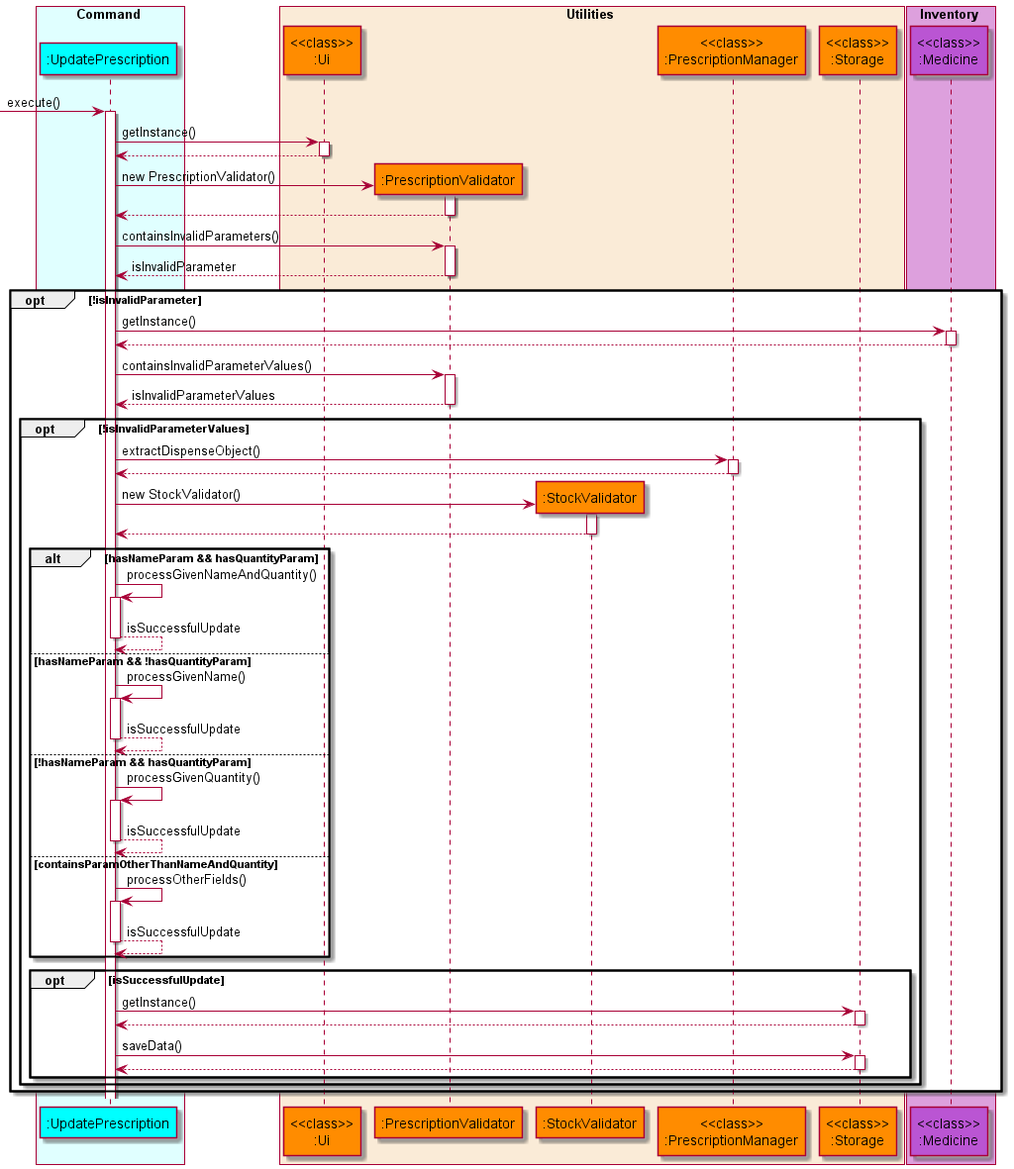
This is docs/diagrams/diagram_images/UpdatePrescriptionSequenceDiagram.png from nus-cs2113-AY2122S1/tp, a PlantUML export, as it was before one commit.
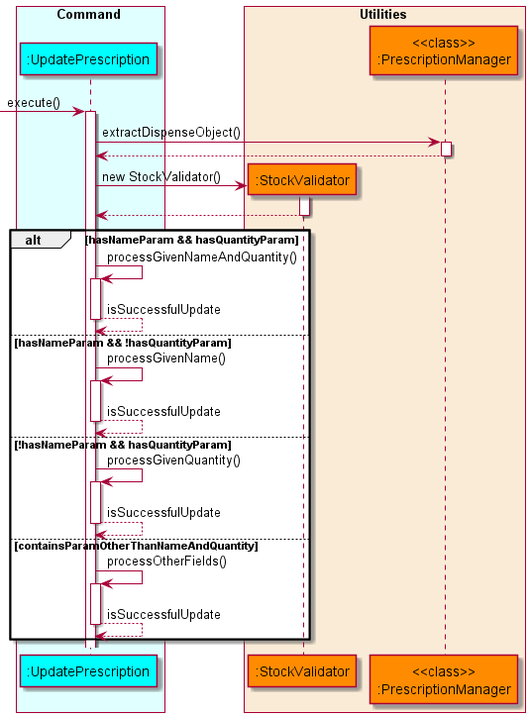
After the commit.

Commit message:
Modify sequence diagram to remove initial parameter validity check

What changed in the source:
```diff
@@ -7,63 +7,30 @@
 end box
 
 box Utilities COLOR_UTILITIES_BOX
-    participant "<<class>>\n:Ui" as ui COLOR_UTILITIES
-    participant ":PrescriptionValidator" as prescriptionvalidator COLOR_UTILITIES
     participant ":StockValidator" as stockvalidator COLOR_UTILITIES
     participant "<<class>>\n:PrescriptionManager" as prescriptionmanager COLOR_UTILITIES
-    participant "<<class>>\n:Storage" as storage COLOR_UTILITIES
-end box
-
-box Inventory COLOR_INVENTORY_BOX
-    participant "<<class>>\n:Medicine" as medicine COLOR_INVENTORY
 end box
 
 autoactivate on
 
 -> updateprescription: execute()
-    updateprescription -> ui: getInstance()
-    updateprescription <-- ui
-    create prescriptionvalidator
-    updateprescription -> prescriptionvalidator: new PrescriptionValidator()
-    updateprescription <-- prescriptionvalidator
-
-    updateprescription -> prescriptionvalidator: containsInvalidParameters()
-    updateprescription <-- prescriptionvalidator: isInvalidParameter
-
-    opt !isInvalidParameter
-        updateprescription -> medicine: getInstance()
-        updateprescription <-- medicine
-
-        updateprescription -> prescriptionvalidator: containsInvalidParameterValues()
-        updateprescription <-- prescriptionvalidator: isInvalidParameterValues
-
-        opt !isInvalidParameterValues
-            updateprescription -> prescriptionmanager: extractDispenseObject()
-            updateprescription <-- prescriptionmanager
-            create stockvalidator
-            updateprescription -> stockvalidator: new StockValidator()
-            updateprescription <-- stockvalidator
-            alt hasNameParam && hasQuantityParam
-                updateprescription -> updateprescription: processGivenNameAndQuantity()
-                updateprescription --> updateprescription: isSuccessfulUpdate
-            else hasNameParam && !hasQuantityParam
-                updateprescription -> updateprescription: processGivenName()
-                updateprescription --> updateprescription: isSuccessfulUpdate
-            else !hasNameParam && hasQuantityParam
-                updateprescription -> updateprescription: processGivenQuantity()
-                updateprescription --> updateprescription: isSuccessfulUpdate
-            else containsParamOtherThanNameAndQuantity
-                updateprescription -> updateprescription: processOtherFields()
-                updateprescription --> updateprescription: isSuccessfulUpdate
-            end
-
-            opt isSuccessfulUpdate
-                updateprescription -> storage: getInstance()
-                updateprescription <-- storage
-                updateprescription -> storage: saveData()
-                updateprescription <-- storage
-            end
-        end
+    updateprescription -> prescriptionmanager: extractDispenseObject()
+    updateprescription <-- prescriptionmanager
+    create stockvalidator
+    updateprescription -> stockvalidator: new StockValidator()
+    updateprescription <-- stockvalidator
+    alt hasNameParam && hasQuantityParam
+        updateprescription -> updateprescription: processGivenNameAndQuantity()
+        updateprescription --> updateprescription: isSuccessfulUpdate
+    else hasNameParam && !hasQuantityParam
+        updateprescription -> updateprescription: processGivenName()
+        updateprescription --> updateprescription: isSuccessfulUpdate
+    else !hasNameParam && hasQuantityParam
+        updateprescription -> updateprescription: processGivenQuantity()
+        updateprescription --> updateprescription: isSuccessfulUpdate
+    else containsParamOtherThanNameAndQuantity
+        updateprescription -> updateprescription: processOtherFields()
+        updateprescription --> updateprescription: isSuccessfulUpdate
     end
 
 @enduml
```
